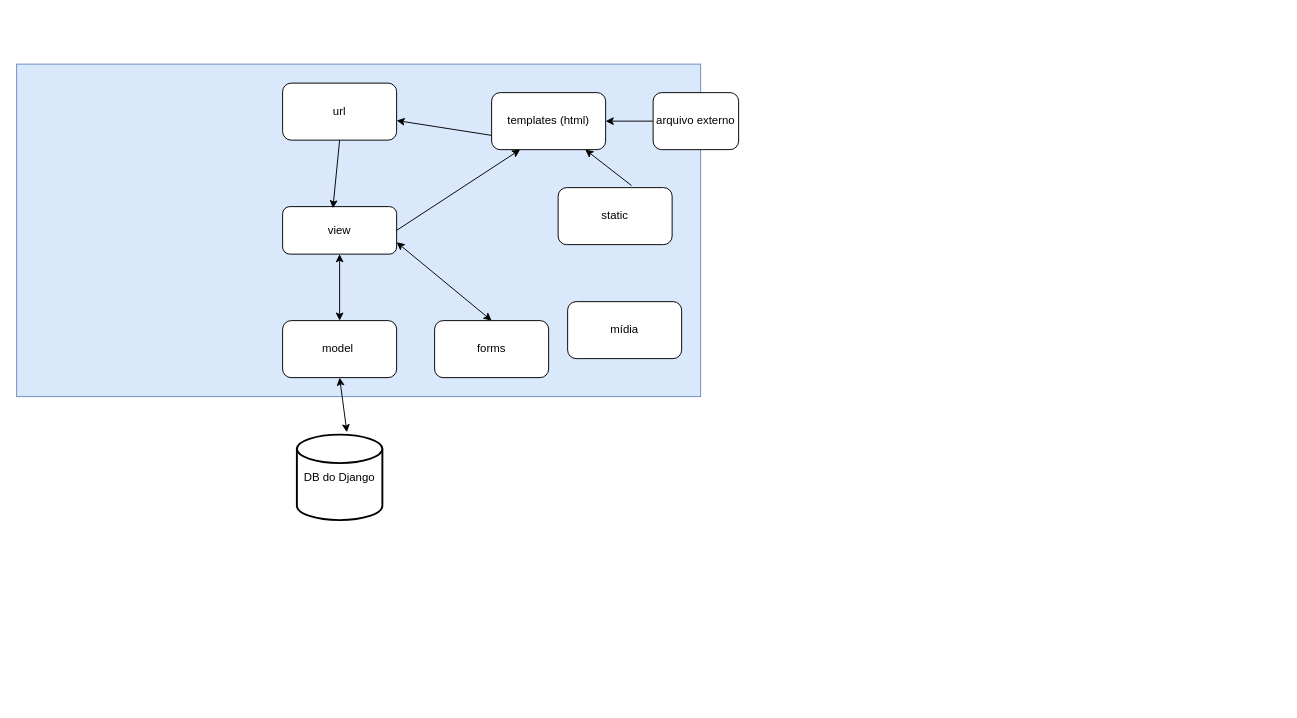
Arthurzinho02/Adivinhacoes_java keeps this draw.io diagram as Arquitetura.drawio. Above is the earlier version. Source tidied: cells renumbered, new cells numbered last; positions are measured from the earlier drawing's top-left corner, leaving out a move shared by most shapes. Both pictures are drawn from the tidied source at 95%, with x=0, y=0 at pixel (16, 64).
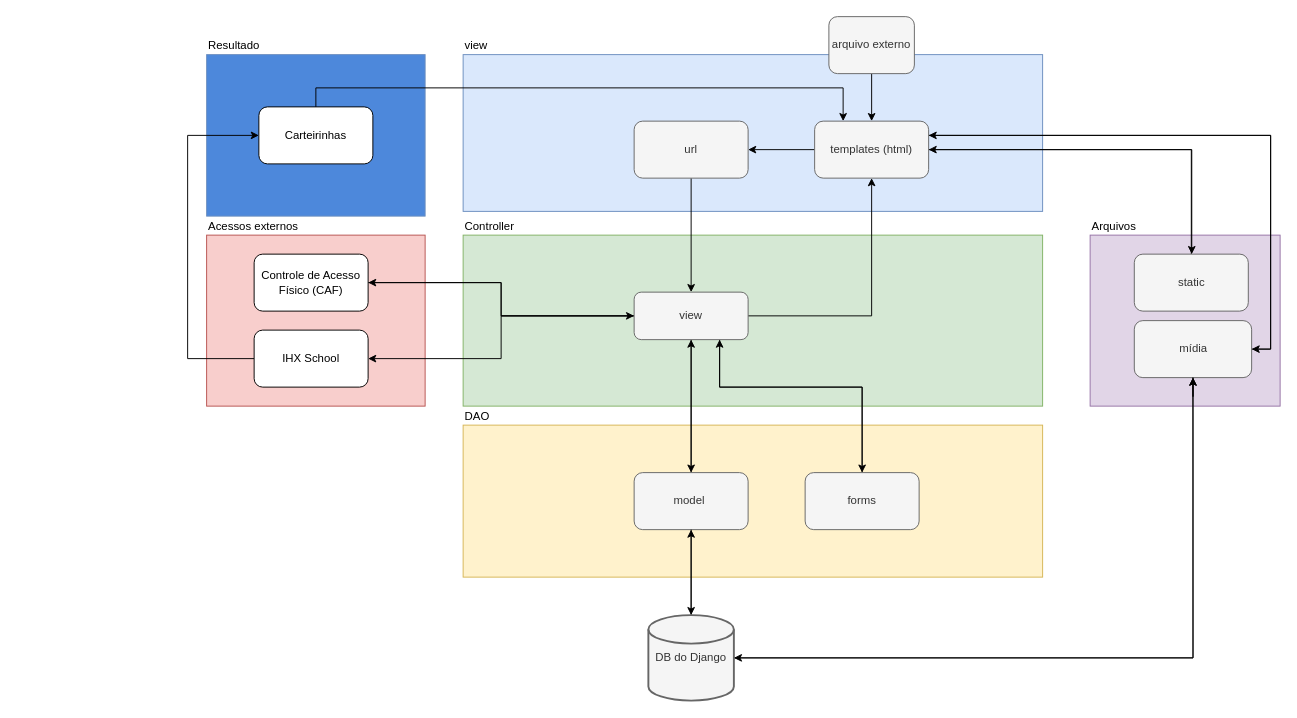
After the change.

Change to the diagram source:
```diff
@@
+    <mxCell id="20" value="Resultado" style="rounded=0;whiteSpace=wrap;html=1;fillColor=#4d88db;strokeColor=#6c8ebf;labelPosition=center;verticalLabelPosition=top;align=left;verticalAlign=bottom;" parent="1" vertex="1">
+      <mxGeometry x="200" y="-10" width="230" height="170" as="geometry" />
+    </mxCell>
+    <mxCell id="21" value="Acessos externos" style="rounded=0;whiteSpace=wrap;html=1;fillColor=#f8cecc;strokeColor=#b85450;labelPosition=center;verticalLabelPosition=top;align=left;verticalAlign=bottom;" parent="1" vertex="1">
+      <mxGeometry x="200" y="180" width="230" height="180" as="geometry" />
+    </mxCell>
+    <mxCell id="22" value="Arquivos" style="rounded=0;whiteSpace=wrap;html=1;fillColor=#e1d5e7;strokeColor=#9673a6;labelPosition=center;verticalLabelPosition=top;align=left;verticalAlign=bottom;" parent="1" vertex="1">
+      <mxGeometry x="1130" y="180" width="200" height="180" as="geometry" />
+    </mxCell>
+    <mxCell id="23" value="DAO" style="rounded=0;whiteSpace=wrap;html=1;fillColor=#fff2cc;strokeColor=#d6b656;labelPosition=center;verticalLabelPosition=top;align=left;verticalAlign=bottom;" parent="1" vertex="1">
+      <mxGeometry x="470" y="380" width="610" height="160" as="geometry" />
+    </mxCell>
+    <mxCell id="24" value="Controller" style="rounded=0;whiteSpace=wrap;html=1;fillColor=#d5e8d4;strokeColor=#82b366;align=left;labelPosition=center;verticalLabelPosition=top;verticalAlign=bottom;" parent="1" vertex="1">
+      <mxGeometry x="470" y="180" width="610" height="180" as="geometry" />
+    </mxCell>
-    <mxCell id="2" style="rounded=0;whiteSpace=wrap;html=1;fillColor=#dae8fc;strokeColor=#6c8ebf;" parent="1" vertex="1">
-      <mxGeometry width="720" height="350" as="geometry" />
+    <mxCell id="2" value="view" style="rounded=0;whiteSpace=wrap;html=1;fillColor=#dae8fc;strokeColor=#6c8ebf;align=left;labelPosition=center;verticalLabelPosition=top;verticalAlign=bottom;" parent="1" vertex="1">
+      <mxGeometry x="470" y="-10" width="610" height="165" as="geometry" />
     </mxCell>
+    <mxCell id="13" style="edgeStyle=orthogonalEdgeStyle;rounded=0;jettySize=auto;html=1;entryX=1;entryY=0.5;entryDx=0;entryDy=0;" parent="1" edge="1" source="3" target="7">
+      <mxGeometry relative="1" as="geometry" />
+    </mxCell>
+    <mxCell id="25" style="edgeStyle=orthogonalEdgeStyle;rounded=0;jettySize=auto;html=1;" parent="1" edge="1" source="3" target="5">
+      <mxGeometry relative="1" as="geometry">
+        <Array as="points">
+          <mxPoint x="1237" y="90" />
+        </Array>
+      </mxGeometry>
+    </mxCell>
+    <mxCell id="26" style="edgeStyle=orthogonalEdgeStyle;rounded=0;jettySize=auto;html=1;exitX=1;exitY=0.25;exitDx=0;exitDy=0;entryX=1;entryY=0.5;entryDx=0;entryDy=0;" parent="1" edge="1" source="3" target="10">
+      <mxGeometry relative="1" as="geometry" />
+    </mxCell>
-    <mxCell id="3" value="templates (html)" style="rounded=1;whiteSpace=wrap;html=1;" parent="1" vertex="1">
-      <mxGeometry x="500" y="30" width="120" height="60" as="geometry" />
+    <mxCell id="3" value="templates (html)" style="rounded=1;whiteSpace=wrap;html=1;fillColor=#f5f5f5;fontColor=#333333;strokeColor=#666666;" parent="1" vertex="1">
+      <mxGeometry x="840" y="60" width="120" height="60" as="geometry" />
     </mxCell>
+    <mxCell id="16" style="edgeStyle=orthogonalEdgeStyle;rounded=0;jettySize=auto;html=1;exitX=0.5;exitY=0;exitDx=0;exitDy=0;entryX=0.25;entryY=0;entryDx=0;entryDy=0;" parent="1" edge="1" source="4" target="6">
+      <mxGeometry relative="1" as="geometry">
+        <Array as="points">
+          <mxPoint x="890" y="340" />
+          <mxPoint x="740" y="340" />
+        </Array>
+      </mxGeometry>
+    </mxCell>
-    <mxCell id="4" value="forms" style="rounded=1;whiteSpace=wrap;html=1;" parent="1" vertex="1">
-      <mxGeometry x="440" y="270" width="120" height="60" as="geometry" />
+    <mxCell id="4" value="forms" style="rounded=1;whiteSpace=wrap;html=1;fillColor=#f5f5f5;fontColor=#333333;strokeColor=#666666;" parent="1" vertex="1">
+      <mxGeometry x="830" y="430" width="120" height="60" as="geometry" />
     </mxCell>
+    <mxCell id="19" style="edgeStyle=orthogonalEdgeStyle;rounded=0;jettySize=auto;html=1;" parent="1" edge="1" source="5" target="3">
+      <mxGeometry relative="1" as="geometry">
+        <Array as="points">
+          <mxPoint x="1236" y="90" />
+        </Array>
+      </mxGeometry>
+    </mxCell>
-    <mxCell id="5" value="static" style="rounded=1;whiteSpace=wrap;html=1;" parent="1" vertex="1">
-      <mxGeometry x="570" y="130" width="120" height="60" as="geometry" />
+    <mxCell id="5" value="static" style="rounded=1;whiteSpace=wrap;html=1;fillColor=#f5f5f5;fontColor=#333333;strokeColor=#666666;" parent="1" vertex="1">
+      <mxGeometry x="1176.5" y="200" width="120" height="60" as="geometry" />
     </mxCell>
+    <mxCell id="27" style="edgeStyle=orthogonalEdgeStyle;rounded=0;jettySize=auto;html=1;" parent="1" edge="1" source="6" target="8">
+      <mxGeometry relative="1" as="geometry" />
+    </mxCell>
+    <mxCell id="28" style="edgeStyle=orthogonalEdgeStyle;rounded=0;jettySize=auto;html=1;exitX=0.25;exitY=0;exitDx=0;exitDy=0;" parent="1" edge="1" source="6" target="4">
+      <mxGeometry relative="1" as="geometry">
+        <Array as="points">
+          <mxPoint x="740" y="340" />
+          <mxPoint x="890" y="340" />
+        </Array>
+      </mxGeometry>
+    </mxCell>
+    <mxCell id="18" style="edgeStyle=orthogonalEdgeStyle;rounded=0;jettySize=auto;html=1;exitX=0;exitY=0.5;exitDx=0;exitDy=0;entryX=0.5;entryY=1;entryDx=0;entryDy=0;" parent="1" edge="1" source="6" target="3">
+      <mxGeometry relative="1" as="geometry" />
+    </mxCell>
+    <mxCell id="29" style="edgeStyle=orthogonalEdgeStyle;rounded=0;jettySize=auto;html=1;exitX=1;exitY=0.5;exitDx=0;exitDy=0;" parent="1" edge="1" source="6" target="37">
+      <mxGeometry relative="1" as="geometry" />
+    </mxCell>
+    <mxCell id="30" style="edgeStyle=orthogonalEdgeStyle;rounded=0;jettySize=auto;html=1;exitX=1;exitY=0.5;exitDx=0;exitDy=0;" parent="1" edge="1" source="6" target="39">
+      <mxGeometry relative="1" as="geometry" />
+    </mxCell>
-    <mxCell id="6" value="view" style="rounded=1;whiteSpace=wrap;html=1;direction=west;" parent="1" vertex="1">
-      <mxGeometry x="280" y="150" width="120" height="50" as="geometry" />
+    <mxCell id="6" value="view" style="rounded=1;whiteSpace=wrap;html=1;direction=west;fillColor=#f5f5f5;fontColor=#333333;strokeColor=#666666;" parent="1" vertex="1">
+      <mxGeometry x="650" y="240" width="120" height="50" as="geometry" />
     </mxCell>
+    <mxCell id="14" style="edgeStyle=orthogonalEdgeStyle;rounded=0;jettySize=auto;html=1;" parent="1" edge="1" source="7" target="6">
+      <mxGeometry relative="1" as="geometry" />
+    </mxCell>
-    <mxCell id="7" value="url" style="rounded=1;whiteSpace=wrap;html=1;" parent="1" vertex="1">
-      <mxGeometry x="280" y="20" width="120" height="60" as="geometry" />
+    <mxCell id="7" value="url" style="rounded=1;whiteSpace=wrap;html=1;fillColor=#f5f5f5;fontColor=#333333;strokeColor=#666666;" parent="1" vertex="1">
+      <mxGeometry x="650" y="60" width="120" height="60" as="geometry" />
     </mxCell>
+    <mxCell id="15" style="edgeStyle=orthogonalEdgeStyle;rounded=0;jettySize=auto;html=1;exitX=0.5;exitY=0;exitDx=0;exitDy=0;" parent="1" edge="1" source="8" target="6">
+      <mxGeometry relative="1" as="geometry" />
+    </mxCell>
-    <mxCell id="8" value="model&amp;nbsp;" style="rounded=1;whiteSpace=wrap;html=1;" parent="1" vertex="1">
-      <mxGeometry x="280" y="270" width="120" height="60" as="geometry" />
+    <mxCell id="8" value="model&amp;nbsp;" style="rounded=1;whiteSpace=wrap;html=1;fillColor=#f5f5f5;fontColor=#333333;strokeColor=#666666;" parent="1" vertex="1">
+      <mxGeometry x="650" y="430" width="120" height="60" as="geometry" />
     </mxCell>
+    <mxCell id="17" style="edgeStyle=orthogonalEdgeStyle;rounded=0;jettySize=auto;html=1;entryX=0.5;entryY=1;entryDx=0;entryDy=0;" parent="1" edge="1" source="9" target="8">
+      <mxGeometry relative="1" as="geometry" />
+    </mxCell>
+    <mxCell id="31" style="edgeStyle=orthogonalEdgeStyle;rounded=0;jettySize=auto;html=1;entryX=0.5;entryY=1;entryDx=0;entryDy=0;" parent="1" edge="1" source="9" target="10">
+      <mxGeometry relative="1" as="geometry" />
+    </mxCell>
-    <mxCell id="9" value="DB do Django" style="strokeWidth=2;html=1;shape=mxgraph.flowchart.database;whiteSpace=wrap;" parent="1" vertex="1">
-      <mxGeometry x="295" y="390" width="90" height="90" as="geometry" />
+    <mxCell id="9" value="DB do Django" style="strokeWidth=2;html=1;shape=mxgraph.flowchart.database;whiteSpace=wrap;fillColor=#f5f5f5;fontColor=#333333;strokeColor=#666666;" parent="1" vertex="1">
+      <mxGeometry x="665" y="580" width="90" height="90" as="geometry" />
     </mxCell>
+    <mxCell id="32" style="edgeStyle=orthogonalEdgeStyle;rounded=0;jettySize=auto;html=1;exitX=1;exitY=0.5;exitDx=0;exitDy=0;entryX=1;entryY=0.25;entryDx=0;entryDy=0;" parent="1" edge="1" source="10" target="3">
+      <mxGeometry relative="1" as="geometry" />
+    </mxCell>
-    <mxCell id="10" value="mídia" style="rounded=1;whiteSpace=wrap;html=1;" parent="1" vertex="1">
-      <mxGeometry x="580" y="250" width="120" height="60" as="geometry" />
+    <mxCell id="10" value="mídia" style="rounded=1;whiteSpace=wrap;html=1;fillColor=#f5f5f5;fontColor=#333333;strokeColor=#666666;" parent="1" vertex="1">
+      <mxGeometry x="1176.5" y="270" width="123.5" height="60" as="geometry" />
     </mxCell>
@@
-    <mxCell id="12" value="arquivo externo" style="rounded=1;whiteSpace=wrap;html=1;" parent="1" vertex="1">
-      <mxGeometry x="670" y="30" width="90" height="60" as="geometry" />
+    <mxCell id="12" value="arquivo externo" style="rounded=1;whiteSpace=wrap;html=1;fillColor=#f5f5f5;fontColor=#333333;strokeColor=#666666;" parent="1" vertex="1">
+      <mxGeometry x="855" y="-50" width="90" height="60" as="geometry" />
     </mxCell>
-    <mxCell id="13" style="endArrow=classic;html=1;rounded=0;exitX=0;exitY=0.75;exitDx=0;exitDy=0;" parent="1" edge="1" source="3" target="7">
-      <mxGeometry relative="1" as="geometry" />
-    </mxCell>
-    <mxCell id="14" style="endArrow=classic;html=1;rounded=0;exitX=0.5;exitY=1;exitDx=0;exitDy=0;entryX=0.559;entryY=0.966;entryDx=0;entryDy=0;entryPerimeter=0;" parent="1" edge="1" source="7" target="6">
-      <mxGeometry relative="1" as="geometry" />
-    </mxCell>
-    <mxCell id="15" style="endArrow=classic;startArrow=classic;html=1;rounded=0;exitX=0.5;exitY=0;exitDx=0;exitDy=0;entryX=0.5;entryY=0;entryDx=0;entryDy=0;" parent="1" edge="1" source="8" target="6">
-      <mxGeometry relative="1" as="geometry" />
-    </mxCell>
-    <mxCell id="16" style="endArrow=classic;startArrow=classic;html=1;rounded=0;exitX=0.5;exitY=0;exitDx=0;exitDy=0;entryX=0;entryY=0.25;entryDx=0;entryDy=0;" parent="1" edge="1" source="4" target="6">
-      <mxGeometry relative="1" as="geometry" />
-    </mxCell>
-    <mxCell id="17" style="endArrow=classic;startArrow=classic;html=1;rounded=0;exitX=0.585;exitY=-0.028;exitDx=0;exitDy=0;exitPerimeter=0;entryX=0.5;entryY=1;entryDx=0;entryDy=0;" parent="1" edge="1" source="9" target="8">
-      <mxGeometry relative="1" as="geometry" />
-    </mxCell>
-    <mxCell id="18" style="endArrow=classic;html=1;rounded=0;exitX=0;exitY=0.5;exitDx=0;exitDy=0;entryX=0.25;entryY=1;entryDx=0;entryDy=0;" parent="1" edge="1" source="6" target="3">
-      <mxGeometry relative="1" as="geometry" />
-    </mxCell>
-    <mxCell id="19" style="endArrow=classic;html=1;rounded=0;exitX=0.644;exitY=-0.036;exitDx=0;exitDy=0;exitPerimeter=0;" parent="1" edge="1" source="5" target="3">
-      <mxGeometry relative="1" as="geometry" />
-    </mxCell>
+    <mxCell id="33" style="edgeStyle=orthogonalEdgeStyle;rounded=0;jettySize=auto;html=1;entryX=0.5;entryY=0;entryDx=0;entryDy=0;entryPerimeter=0;" parent="1" edge="1" source="8" target="9">
+      <mxGeometry relative="1" as="geometry" />
+    </mxCell>
+    <mxCell id="34" style="edgeStyle=orthogonalEdgeStyle;rounded=0;orthogonalLoop=1;jettySize=auto;html=1;exitX=0.5;exitY=1;exitDx=0;exitDy=0;" parent="1" edge="1" source="10" target="10">
+      <mxGeometry relative="1" as="geometry" />
+    </mxCell>
+    <mxCell id="35" style="edgeStyle=orthogonalEdgeStyle;rounded=0;jettySize=auto;html=1;exitX=0.5;exitY=1;exitDx=0;exitDy=0;entryX=1;entryY=0.5;entryDx=0;entryDy=0;entryPerimeter=0;" parent="1" edge="1" source="10" target="9">
+      <mxGeometry relative="1" as="geometry" />
+    </mxCell>
+    <mxCell id="36" style="edgeStyle=orthogonalEdgeStyle;rounded=0;jettySize=auto;html=1;exitX=1;exitY=0.5;exitDx=0;exitDy=0;entryX=1;entryY=0.5;entryDx=0;entryDy=0;" parent="1" edge="1" source="37" target="6">
+      <mxGeometry relative="1" as="geometry" />
+    </mxCell>
+    <mxCell id="37" value="&lt;span class=&quot;notion-enable-hover&quot; style=&quot;&quot;&gt;Controle de Acesso Físico (CAF)&lt;/span&gt;" style="rounded=1;whiteSpace=wrap;html=1;" parent="1" vertex="1">
+      <mxGeometry x="250" y="200" width="120" height="60" as="geometry" />
+    </mxCell>
+    <mxCell id="38" style="edgeStyle=orthogonalEdgeStyle;rounded=0;jettySize=auto;html=1;exitX=0;exitY=0.5;exitDx=0;exitDy=0;entryX=0;entryY=0.5;entryDx=0;entryDy=0;" parent="1" edge="1" source="39" target="41">
+      <mxGeometry relative="1" as="geometry">
+        <Array as="points">
+          <mxPoint x="180" y="310" />
+          <mxPoint x="180" y="75" />
+        </Array>
+      </mxGeometry>
+    </mxCell>
+    <mxCell id="39" value="&lt;br&gt;&lt;span class=&quot;notion-enable-hover&quot; style=&quot;&quot;&gt;IHX School&lt;/span&gt;&lt;div&gt;&lt;br/&gt;&lt;/div&gt;" style="rounded=1;whiteSpace=wrap;html=1;" parent="1" vertex="1">
+      <mxGeometry x="250" y="280" width="120" height="60" as="geometry" />
+    </mxCell>
+    <mxCell id="40" style="edgeStyle=orthogonalEdgeStyle;rounded=0;jettySize=auto;html=1;exitX=0.5;exitY=0;exitDx=0;exitDy=0;entryX=0.25;entryY=0;entryDx=0;entryDy=0;" parent="1" edge="1" source="41" target="3">
+      <mxGeometry relative="1" as="geometry" />
+    </mxCell>
+    <mxCell id="41" value="Carteirinhas" style="rounded=1;whiteSpace=wrap;html=1;" parent="1" vertex="1">
+      <mxGeometry x="255" y="45" width="120" height="60" as="geometry" />
+    </mxCell>
```
